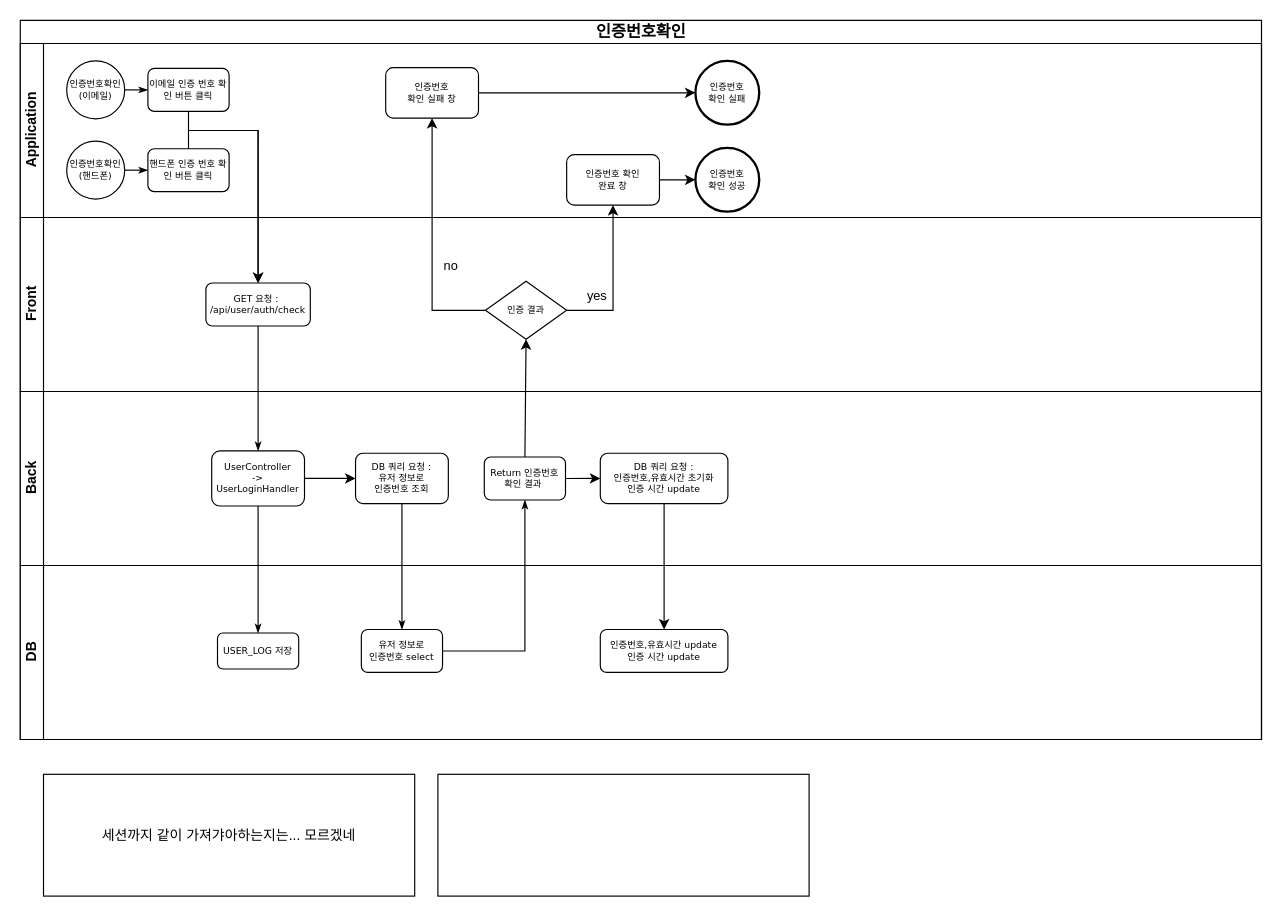
Before: page "인증번호확인" (3 of 12) of flowchart.drawio in dyonyon2/The-10000-Hour-Rule, a draw.io diagram. Source tidied: cells renumbered, new cells numbered last; positions are measured from the earlier drawing's top-left corner, leaving out a move shared by most shapes. Both pictures are drawn from the tidied source at 116%, with x=0, y=0 at pixel (20, 20).
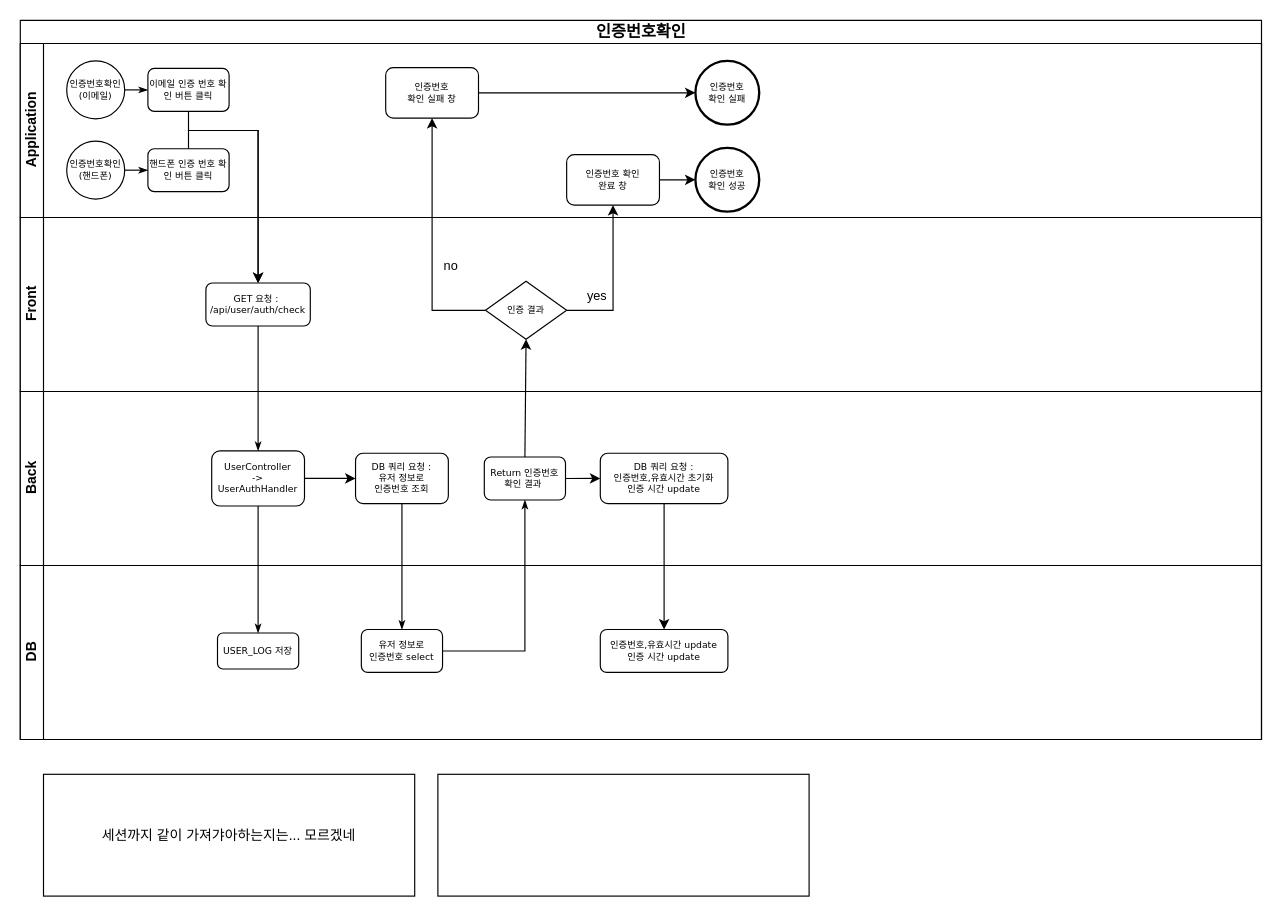
After the change.

The change refers to these unchanged cells:
```xml
<mxCell id="32" value="DB" style="swimlane;html=1;startSize=20;horizontal=0;" parent="1" vertex="1">
  <mxGeometry y="470" width="1070" height="150" as="geometry" />
</mxCell>
```

Diff of the diagram source:
```diff
@@
-    <mxCell id="33" value="UserController &lt;br&gt;-&amp;gt; UserLoginHandler" style="rounded=1;whiteSpace=wrap;html=1;shadow=0;labelBackgroundColor=none;strokeWidth=1;fontFamily=Verdana;fontSize=8;align=center;" parent="32" vertex="1">
+    <mxCell id="33" value="UserController &lt;br&gt;-&amp;gt; UserAuthHandler" style="rounded=1;whiteSpace=wrap;html=1;shadow=0;labelBackgroundColor=none;strokeWidth=1;fontFamily=Verdana;fontSize=8;align=center;" parent="32" vertex="1">
       <mxGeometry x="165" y="-98.8" width="80" height="47.5" as="geometry" />
     </mxCell>
```
